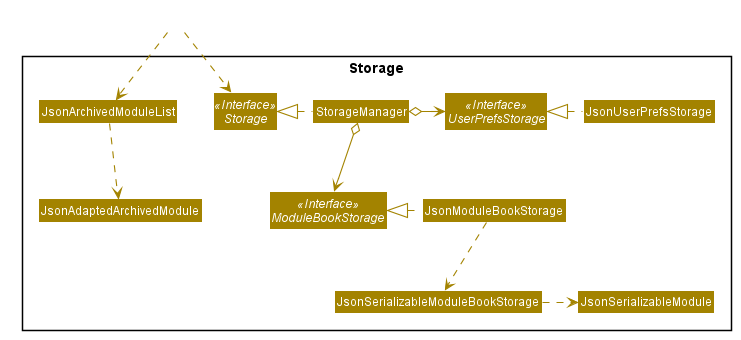
Before: docs/images/StorageClassDiagram.png, a diagram exported from PlantUML (geshuming/main). Its diagram source:
```plantuml
@startuml








skinparam BackgroundColor #FFFFFFF

skinparam Shadowing false

skinparam Class {
    FontColor #FFFFFF
    BorderThickness 1
    BorderColor #FFFFFF
    StereotypeFontColor #FFFFFF
    FontName Arial
}

skinparam Actor {
    BorderColor #000000
    Color #000000
    FontName Arial
}

skinparam Sequence {
    MessageAlign center
    BoxFontSize 15
    BoxPadding 0
    BoxFontColor #FFFFFF
    FontName Arial
}

skinparam Participant {
    FontColor #FFFFFFF
    Padding 20
}

skinparam MinClassWidth 50
skinparam ParticipantPadding 10
skinparam Shadowing false
skinparam DefaultTextAlignment center
skinparam packageStyle Rectangle

hide footbox
hide members
hide circle
skinparam arrowThickness 1.1
skinparam arrowColor #A38300
skinparam classBackgroundColor #A38300

Package Storage <<Rectangle>>{
Interface Storage <<Interface>>
Interface UserPrefsStorage <<Interface>>
Interface ModuleBookStorage <<Interface>>

Class StorageManager
Class JsonUserPrefsStorage
Class JsonModuleBookStorage
Class JsonSerializableModule
Class JsonSerializableModuleBookStorage
Class JsonArchivedModuleList
Class JsonAdaptedArchivedModule
}

Class HiddenOutside #FFFFFF
HiddenOutside ..> Storage
HiddenOutside ..> JsonArchivedModuleList

StorageManager .left.|> Storage
StorageManager o-right-> UserPrefsStorage
StorageManager o--> ModuleBookStorage

JsonUserPrefsStorage .left.|> UserPrefsStorage
JsonModuleBookStorage .left.|> ModuleBookStorage
JsonModuleBookStorage .down.> JsonSerializableModuleBookStorage
JsonSerializableModuleBookStorage .right.> JsonSerializableModule

JsonArchivedModuleList .down.> JsonAdaptedArchivedModule
@enduml
```
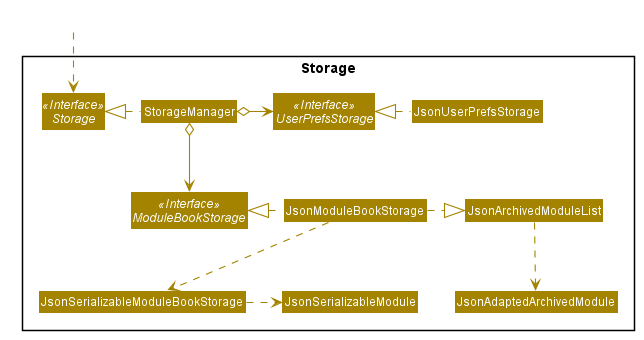
The same file after the commit.

Diff of the diagram source:
```diff
@@ -67,7 +67,6 @@
 
 Class HiddenOutside #FFFFFF
 HiddenOutside ..> Storage
-HiddenOutside ..> JsonArchivedModuleList
 
 StorageManager .left.|> Storage
 StorageManager o-right-> UserPrefsStorage
@@ -75,6 +74,7 @@
 
 JsonUserPrefsStorage .left.|> UserPrefsStorage
 JsonModuleBookStorage .left.|> ModuleBookStorage
+JsonModuleBookStorage .right.|> JsonArchivedModuleList
 JsonModuleBookStorage .down.> JsonSerializableModuleBookStorage
 JsonSerializableModuleBookStorage .right.> JsonSerializableModule
 
```
